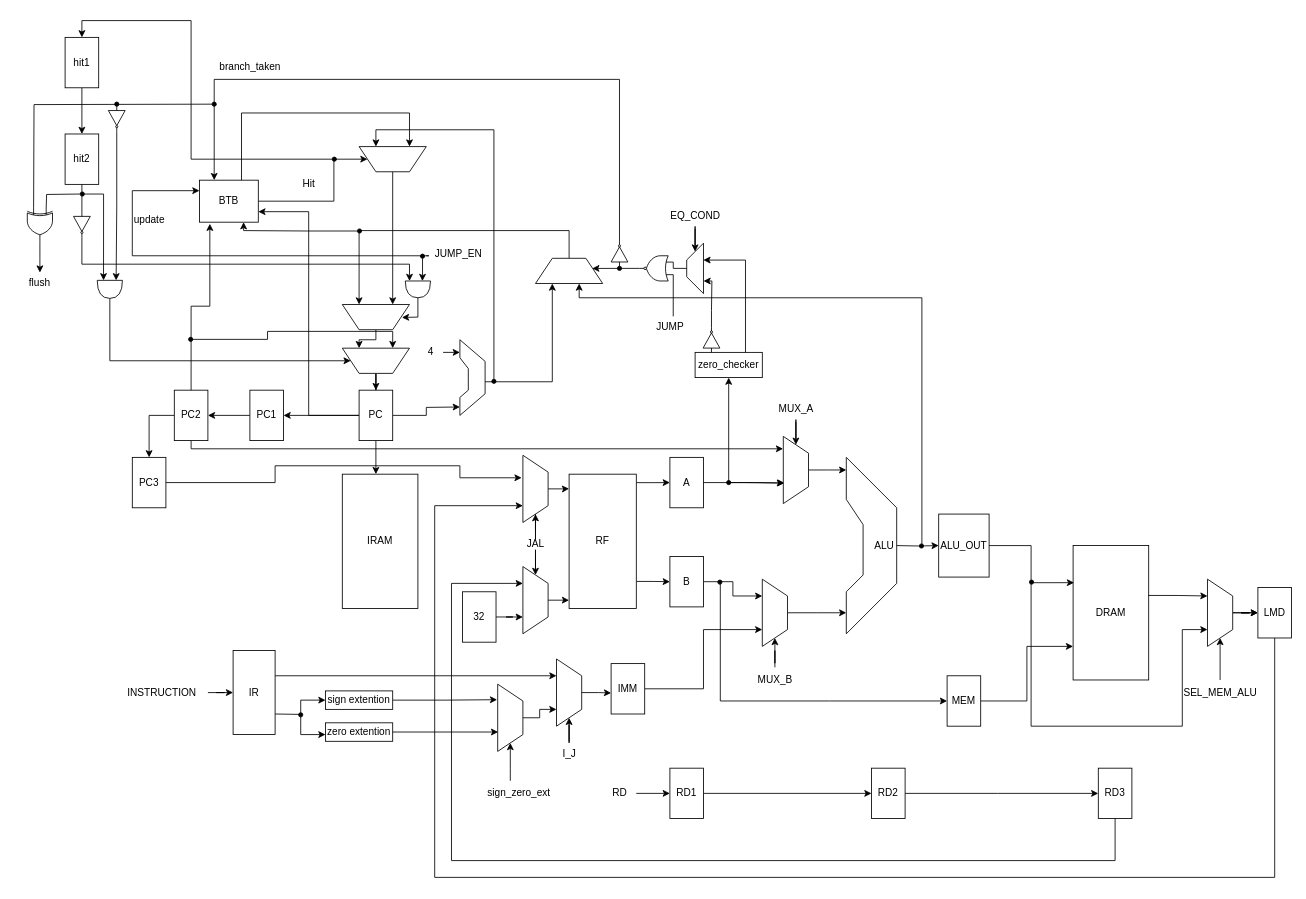
This is dlx.drawio from Luca-002/dlx, a draw.io file, before an edit. Source tidied: cells renumbered, new cells numbered last; positions are measured from the earlier drawing's top-left corner, leaving out a move shared by most shapes. Both pictures are drawn from the tidied source at 84%, with x=0, y=0 at pixel (14, 20).
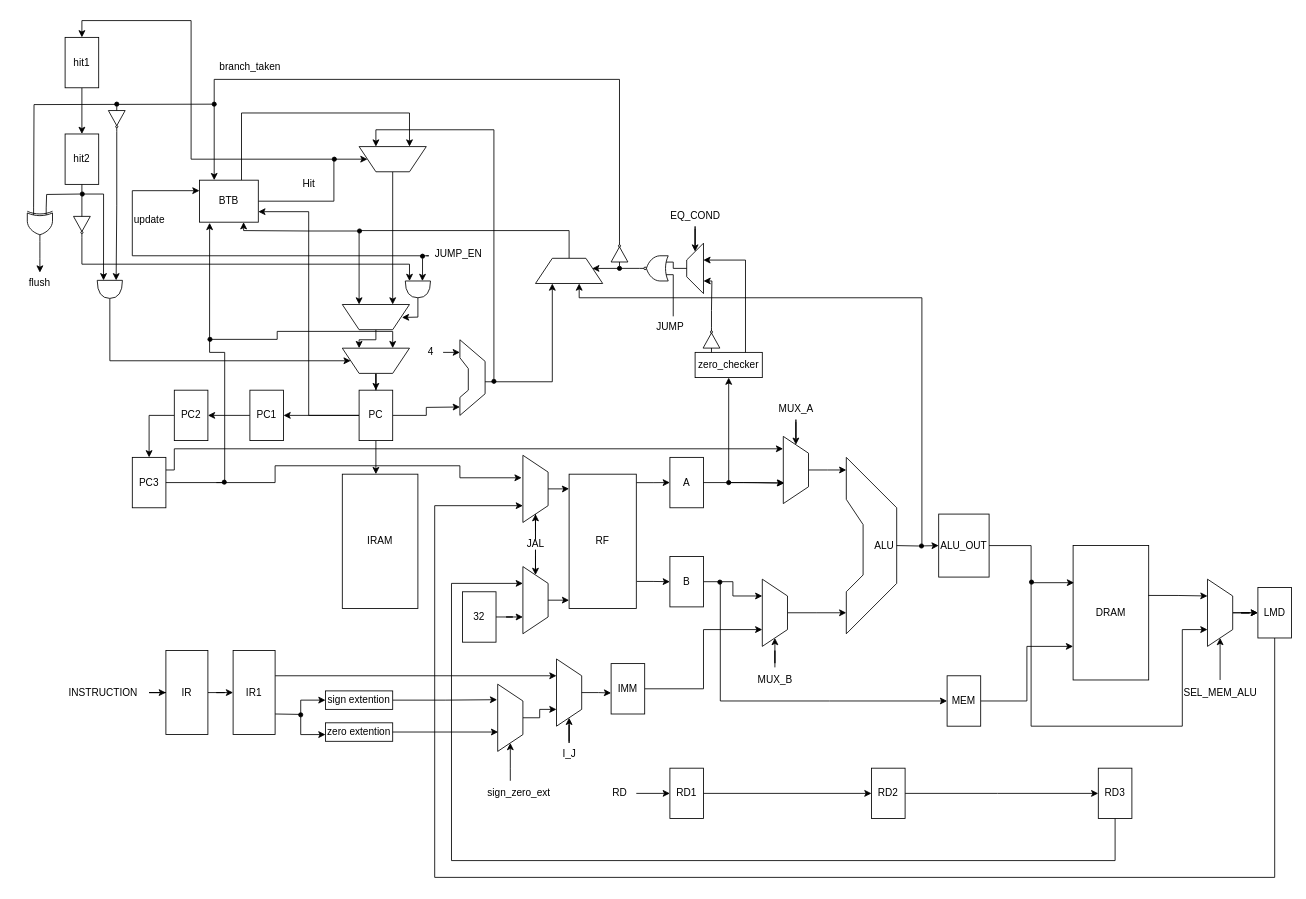
The same diagram, later.

The change refers to these unchanged cells:
```xml
<mxCell id="72" style="shape=trapezoid;perimeter=trapezoidPerimeter;whiteSpace=wrap;html=1;fixedSize=1;rotation=90;" parent="1" vertex="1">
  <mxGeometry x="890" y="520" width="80" height="30" as="geometry" />
</mxCell>
<mxCell id="102" value="&lt;div&gt;BTB&lt;/div&gt;" style="whiteSpace=wrap;html=1;" parent="1" vertex="1">
  <mxGeometry x="220" y="190" width="70" height="50" as="geometry" />
</mxCell>
<mxCell id="110" value="PC2" style="whiteSpace=wrap;html=1;" parent="1" vertex="1">
  <mxGeometry x="190" y="440" width="40" height="60" as="geometry" />
</mxCell>
<mxCell id="153" value="PC3" style="whiteSpace=wrap;html=1;" parent="1" vertex="1">
  <mxGeometry x="140" y="520" width="40" height="60" as="geometry" />
</mxCell>
```

Diff of the diagram source:
```diff
@@
+    <mxCell id="176" style="edgeStyle=orthogonalEdgeStyle;rounded=0;jettySize=auto;html=1;entryX=0;entryY=0.5;entryDx=0;entryDy=0;" parent="1" edge="1" source="84" target="177">
+      <mxGeometry relative="1" as="geometry" />
+    </mxCell>
     <mxCell id="84" value="&lt;div&gt;IR&lt;/div&gt;" style="whiteSpace=wrap;html=1;" parent="1" vertex="1">
-      <mxGeometry x="260" y="750" width="50" height="100" as="geometry" />
+      <mxGeometry x="180" y="750" width="50" height="100" as="geometry" />
     </mxCell>
@@
     <mxCell id="86" value="INSTRUCTION" style="text;html=1;align=center;verticalAlign=middle;points=[];strokeColor=none;fillColor=none;" parent="1" vertex="1">
-      <mxGeometry x="120" y="785" width="110" height="30" as="geometry" />
+      <mxGeometry x="50" y="785" width="110" height="30" as="geometry" />
     </mxCell>
@@
-    <mxCell id="108" style="edgeStyle=orthogonalEdgeStyle;rounded=0;jettySize=auto;html=1;entryX=0.185;entryY=1.008;entryDx=0;entryDy=0;entryPerimeter=0;" parent="1" edge="1" source="110" target="72">
+    <mxCell id="108" style="edgeStyle=orthogonalEdgeStyle;rounded=0;jettySize=auto;html=1;entryX=0.185;entryY=1.008;entryDx=0;entryDy=0;entryPerimeter=0;exitX=1;exitY=0.25;exitDx=0;exitDy=0;" parent="1" edge="1" source="153" target="72">
       <mxGeometry relative="1" as="geometry">
         <Array as="points">
-          <mxPoint x="210" y="510" />
-          <mxPoint x="915" y="510" />
+          <mxPoint x="190" y="535" />
+          <mxPoint x="190" y="510" />
         </Array>
       </mxGeometry>
     </mxCell>
@@
-    <mxCell id="111" style="edgeStyle=orthogonalEdgeStyle;rounded=0;jettySize=auto;html=1;entryX=0.176;entryY=1.037;entryDx=0;entryDy=0;entryPerimeter=0;" parent="1" edge="1" source="110" target="102">
-      <mxGeometry relative="1" as="geometry" />
+    <mxCell id="111" style="edgeStyle=orthogonalEdgeStyle;rounded=0;jettySize=auto;html=1;entryX=0.172;entryY=1.016;entryDx=0;entryDy=0;entryPerimeter=0;" parent="1" edge="1" target="102">
+      <mxGeometry relative="1" as="geometry">
+        <mxPoint x="240" y="550" as="sourcePoint" />
+        <Array as="points">
+          <mxPoint x="250" y="550" />
+          <mxPoint x="250" y="395" />
+          <mxPoint x="232" y="395" />
+        </Array>
+      </mxGeometry>
     </mxCell>
@@
     <mxCell id="174" style="ellipse;whiteSpace=wrap;html=1;fillColor=#000000;" parent="1" vertex="1">
-      <mxGeometry x="207" y="377" width="5" height="5" as="geometry" />
+      <mxGeometry x="230" y="377" width="5" height="5" as="geometry" />
     </mxCell>
@@
+    <mxCell id="177" value="&lt;div&gt;IR1&lt;/div&gt;" style="whiteSpace=wrap;html=1;" parent="1" vertex="1">
+      <mxGeometry x="260" y="750" width="50" height="100" as="geometry" />
+    </mxCell>
+    <mxCell id="178" style="ellipse;whiteSpace=wrap;html=1;fillColor=#000000;" parent="1" vertex="1">
+      <mxGeometry x="247" y="547" width="5" height="5" as="geometry" />
+    </mxCell>
```
